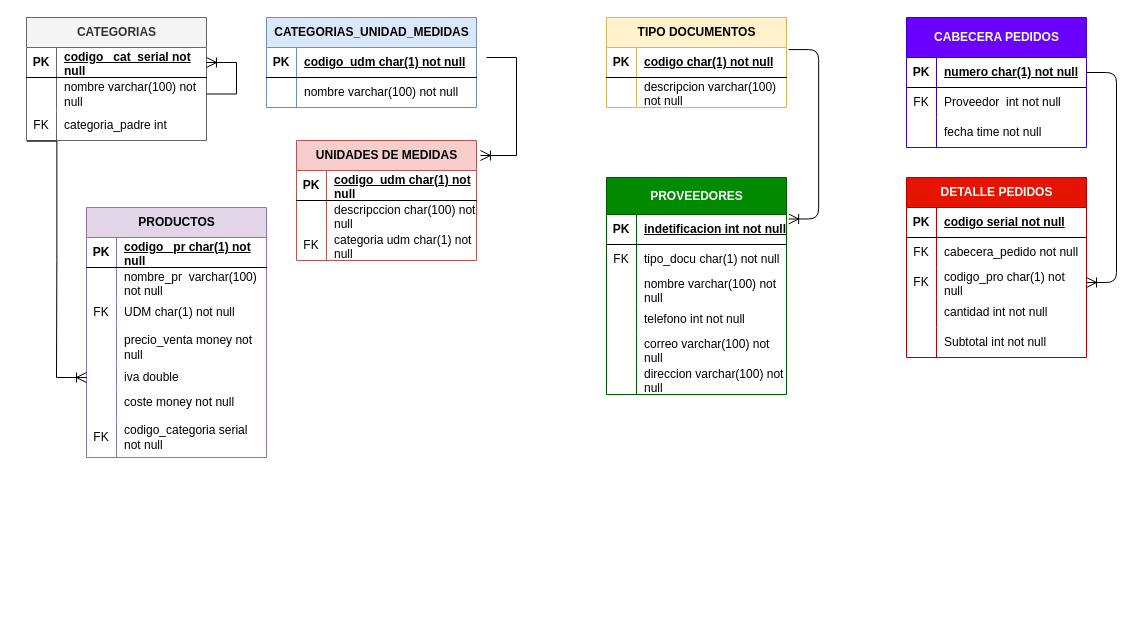
Before: page "Página-2" (2 of 2) of inventario.drawio in GabrielaAltamiran/BDD-modulo3, a draw.io diagram. Source tidied: cells renumbered, new cells numbered last; positions are measured from the earlier drawing's top-left corner, leaving out a move shared by most shapes. Both pictures are drawn from the tidied source at 100%, with x=0, y=0 at pixel (6, 17).
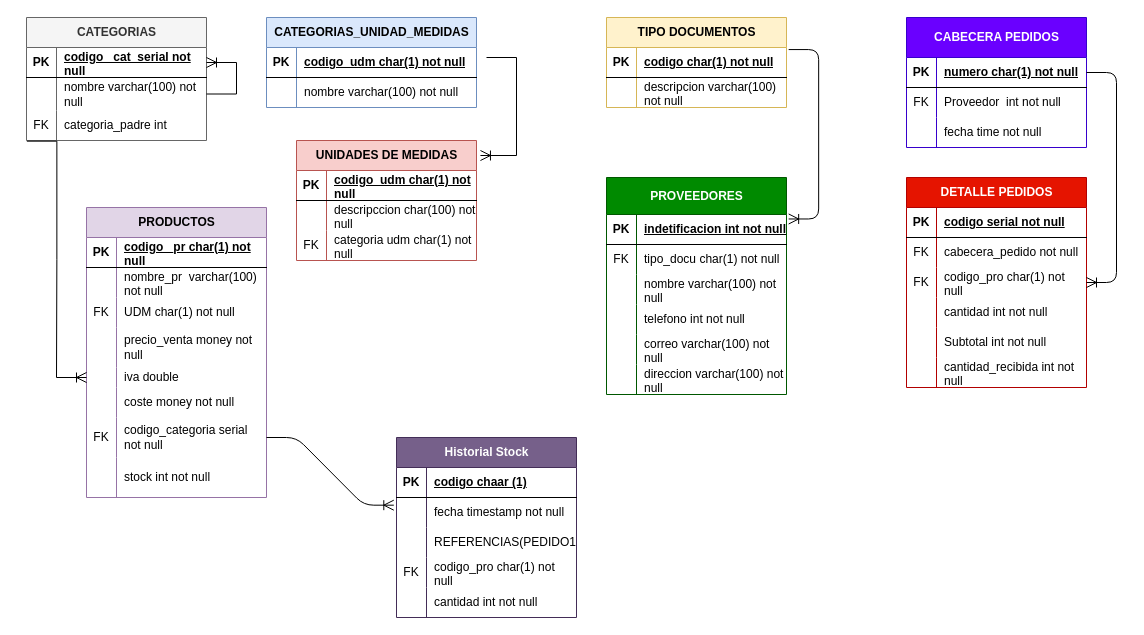
After the change.

The change refers to these unchanged cells:
```xml
<mxCell id="50" style="shape=tableRow;horizontal=0;startSize=0;swimlaneHead=0;swimlaneBody=0;fillColor=none;points=[[0,0.5],[1,0.5]];portConstraint=eastwest;top=0;left=0;right=0;bottom=0;labelBackgroundColor=none;rounded=0;" parent="31" vertex="1">
  <mxGeometry y="210" width="180" height="40" as="geometry" />
</mxCell>
```

Diff of the diagram source:
```diff
@@
     <mxCell id="31" value="PRODUCTOS" style="shape=table;startSize=30;childLayout=tableLayout;rowLines=0;fontStyle=1;align=center;html=1;labelBackgroundColor=none;rounded=0;fillColor=#e1d5e7;strokeColor=#9673a6;" parent="1" vertex="1">
-      <mxGeometry x="80" y="190" width="180" height="250" as="geometry" />
+      <mxGeometry x="80" y="190" width="180" height="290" as="geometry" />
     </mxCell>
@@
+    <mxCell id="108" style="shape=tableRow;horizontal=0;startSize=0;swimlaneHead=0;swimlaneBody=0;fillColor=none;top=0;left=0;right=0;bottom=0;labelBackgroundColor=none;rounded=0;" parent="31" vertex="1">
+      <mxGeometry y="250" width="180" height="40" as="geometry" />
+    </mxCell>
+    <mxCell id="109" style="shape=partialRectangle;fillColor=none;top=0;left=0;bottom=0;right=0;overflow=hidden;whiteSpace=wrap;html=1;labelBackgroundColor=none;rounded=0;" parent="108" vertex="1">
+      <mxGeometry width="30" height="40" as="geometry" />
+    </mxCell>
+    <mxCell id="110" value="stock int not null" style="shape=partialRectangle;fillColor=none;top=0;left=0;bottom=0;right=0;align=left;spacingLeft=6;overflow=hidden;whiteSpace=wrap;html=1;labelBackgroundColor=none;rounded=0;" parent="108" vertex="1">
+      <mxGeometry x="30" width="150" height="40" as="geometry" />
+    </mxCell>
@@
     <mxCell id="91" value="DETALLE PEDIDOS" style="shape=table;startSize=30;childLayout=tableLayout;rowLines=0;fontStyle=1;align=center;html=1;fillColor=#e51400;fontColor=#ffffff;strokeColor=#B20000;" parent="1" vertex="1">
-      <mxGeometry x="900" y="160" width="180" height="180" as="geometry" />
+      <mxGeometry x="900" y="160" width="180" height="210" as="geometry" />
     </mxCell>
@@
+    <mxCell id="111" style="shape=tableRow;horizontal=0;startSize=0;swimlaneHead=0;swimlaneBody=0;fillColor=none;top=0;left=0;right=0;bottom=0;" parent="91" vertex="1">
+      <mxGeometry y="180" width="180" height="30" as="geometry" />
+    </mxCell>
+    <mxCell id="112" style="shape=partialRectangle;fillColor=none;top=0;left=0;bottom=0;right=0;overflow=hidden;whiteSpace=wrap;html=1;" parent="111" vertex="1">
+      <mxGeometry width="30" height="30" as="geometry" />
+    </mxCell>
+    <mxCell id="113" value="cantidad_recibida int not null" style="shape=partialRectangle;fillColor=none;top=0;left=0;bottom=0;right=0;align=left;spacingLeft=6;overflow=hidden;whiteSpace=wrap;html=1;" parent="111" vertex="1">
+      <mxGeometry x="30" width="150" height="30" as="geometry" />
+    </mxCell>
@@
+    <mxCell id="114" value="Historial Stock" style="shape=table;startSize=30;childLayout=tableLayout;rowLines=0;fontStyle=1;align=center;html=1;fillColor=#76608a;fontColor=#ffffff;strokeColor=#432D57;" parent="1" vertex="1">
+      <mxGeometry x="390" y="420" width="180" height="180" as="geometry" />
+    </mxCell>
+    <mxCell id="115" style="shape=tableRow;horizontal=0;startSize=0;swimlaneHead=0;swimlaneBody=0;fillColor=none;top=0;left=0;right=0;bottom=1;" parent="114" vertex="1">
+      <mxGeometry y="30" width="180" height="30" as="geometry" />
+    </mxCell>
+    <mxCell id="116" value="PK" style="shape=partialRectangle;fillColor=none;top=0;left=0;bottom=0;right=0;fontStyle=1;overflow=hidden;whiteSpace=wrap;html=1;" parent="115" vertex="1">
+      <mxGeometry width="30" height="30" as="geometry" />
+    </mxCell>
+    <mxCell id="117" value="codigo chaar (1)" style="shape=partialRectangle;fillColor=none;top=0;left=0;bottom=0;right=0;align=left;spacingLeft=6;fontStyle=5;overflow=hidden;whiteSpace=wrap;html=1;" parent="115" vertex="1">
+      <mxGeometry x="30" width="150" height="30" as="geometry" />
+    </mxCell>
+    <mxCell id="118" style="shape=tableRow;horizontal=0;startSize=0;swimlaneHead=0;swimlaneBody=0;fillColor=none;points=[[0,0.5],[1,0.5]];portConstraint=eastwest;top=0;left=0;right=0;bottom=0;" parent="114" vertex="1">
+      <mxGeometry y="60" width="180" height="30" as="geometry" />
+    </mxCell>
+    <mxCell id="119" style="shape=partialRectangle;fillColor=none;top=0;left=0;bottom=0;right=0;overflow=hidden;whiteSpace=wrap;html=1;" parent="118" vertex="1">
+      <mxGeometry width="30" height="30" as="geometry" />
+    </mxCell>
+    <mxCell id="120" value="fecha timestamp not null" style="shape=partialRectangle;fillColor=none;top=0;left=0;bottom=0;right=0;align=left;spacingLeft=6;overflow=hidden;whiteSpace=wrap;html=1;" parent="118" vertex="1">
+      <mxGeometry x="30" width="150" height="30" as="geometry" />
+    </mxCell>
+    <mxCell id="121" style="shape=tableRow;horizontal=0;startSize=0;swimlaneHead=0;swimlaneBody=0;fillColor=none;top=0;left=0;right=0;bottom=0;" parent="114" vertex="1">
+      <mxGeometry y="90" width="180" height="30" as="geometry" />
+    </mxCell>
+    <mxCell id="122" style="shape=partialRectangle;fillColor=none;top=0;left=0;bottom=0;right=0;overflow=hidden;whiteSpace=wrap;html=1;" parent="121" vertex="1">
+      <mxGeometry width="30" height="30" as="geometry" />
+    </mxCell>
+    <mxCell id="123" value="REFERENCIAS(PEDIDO1)" style="shape=partialRectangle;fillColor=none;top=0;left=0;bottom=0;right=0;align=left;spacingLeft=6;overflow=hidden;whiteSpace=wrap;html=1;" parent="121" vertex="1">
+      <mxGeometry x="30" width="150" height="30" as="geometry" />
+    </mxCell>
+    <mxCell id="124" style="shape=tableRow;horizontal=0;startSize=0;swimlaneHead=0;swimlaneBody=0;fillColor=none;top=0;left=0;right=0;bottom=0;" parent="114" vertex="1">
+      <mxGeometry y="120" width="180" height="30" as="geometry" />
+    </mxCell>
+    <mxCell id="125" value="FK" style="shape=partialRectangle;fillColor=none;top=0;left=0;bottom=0;right=0;overflow=hidden;whiteSpace=wrap;html=1;" parent="124" vertex="1">
+      <mxGeometry width="30" height="30" as="geometry" />
+    </mxCell>
+    <mxCell id="126" value="codigo_pro char(1) not null" style="shape=partialRectangle;fillColor=none;top=0;left=0;bottom=0;right=0;align=left;spacingLeft=6;overflow=hidden;whiteSpace=wrap;html=1;" parent="124" vertex="1">
+      <mxGeometry x="30" width="150" height="30" as="geometry" />
+    </mxCell>
+    <mxCell id="127" style="shape=tableRow;horizontal=0;startSize=0;swimlaneHead=0;swimlaneBody=0;fillColor=none;top=0;left=0;right=0;bottom=0;" parent="114" vertex="1">
+      <mxGeometry y="150" width="180" height="30" as="geometry" />
+    </mxCell>
+    <mxCell id="128" style="shape=partialRectangle;fillColor=none;top=0;left=0;bottom=0;right=0;overflow=hidden;whiteSpace=wrap;html=1;" parent="127" vertex="1">
+      <mxGeometry width="30" height="30" as="geometry" />
+    </mxCell>
+    <mxCell id="129" value="cantidad int not null" style="shape=partialRectangle;fillColor=none;top=0;left=0;bottom=0;right=0;align=left;spacingLeft=6;overflow=hidden;whiteSpace=wrap;html=1;" parent="127" vertex="1">
+      <mxGeometry x="30" width="150" height="30" as="geometry" />
+    </mxCell>
+    <mxCell id="130" style="edgeStyle=entityRelationEdgeStyle;fontSize=12;html=1;endArrow=ERoneToMany;rounded=1;startSize=8;endSize=8;curved=0;entryX=-0.015;entryY=0.256;entryDx=0;entryDy=0;entryPerimeter=0;exitX=1;exitY=0.5;exitDx=0;exitDy=0;" parent="1" edge="1" source="50" target="118">
+      <mxGeometry relative="1" as="geometry" />
+    </mxCell>
```
